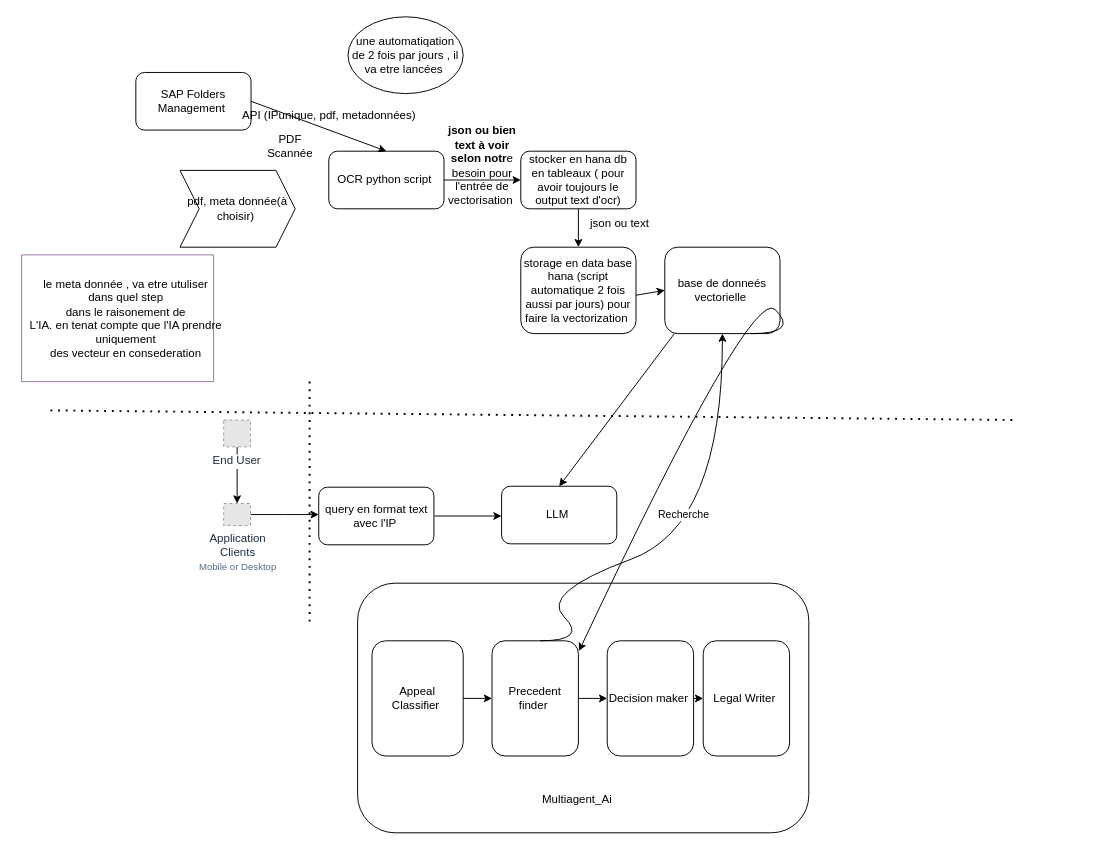
This is architectureAI_appeals.drawio from sahar389/algorithme.data_structre, a draw.io file, before an edit. Source tidied: cells renumbered, new cells numbered last; positions are measured from the earlier drawing's top-left corner, leaving out a move shared by most shapes. Both pictures are drawn from the tidied source at 96%, with x=0, y=0 at pixel (16, 16). Pictures stored in the file or linked from it are replaced by grey dashed boxes.
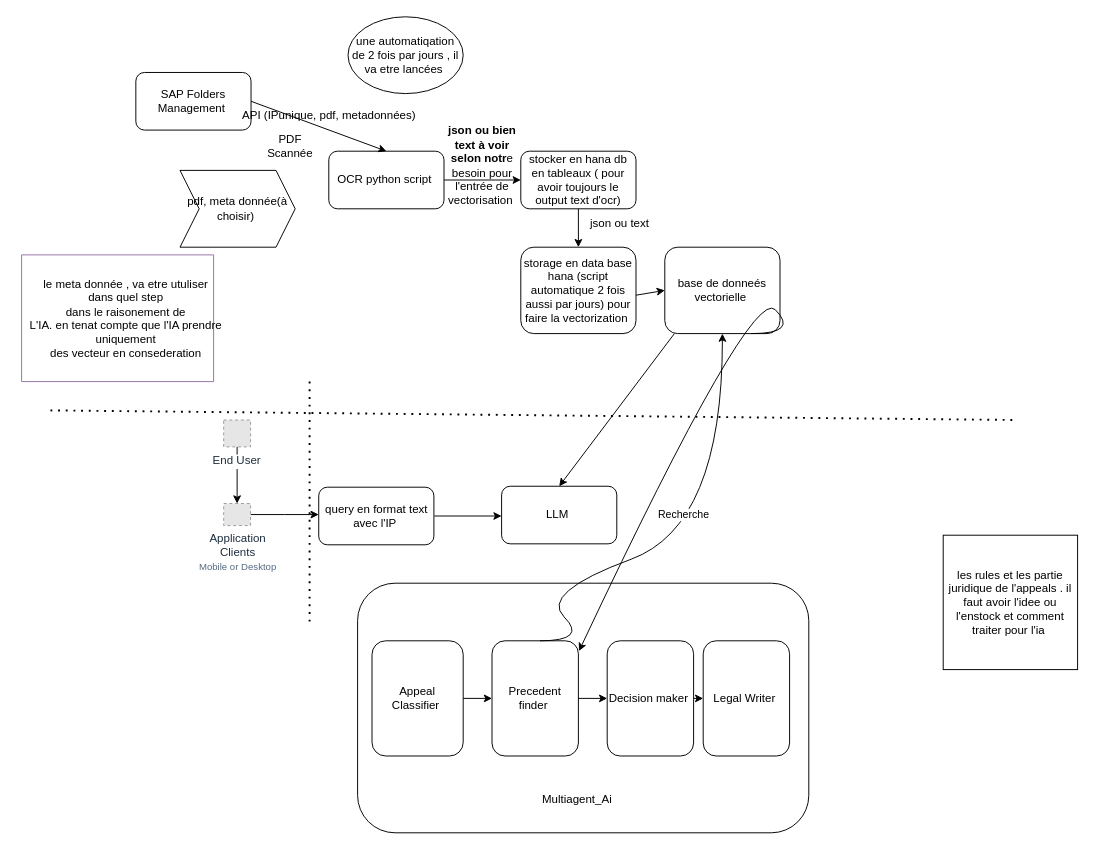
Above is the later version.

The edit, as a diff of the source:
```diff
@@
+    <mxCell id="41" value="les rules et les partie juridique de l'appeals . il faut avoir l'idee ou l'enstock et comment traiter pour l'ia&amp;nbsp;" style="whiteSpace=wrap;html=1;" parent="1" vertex="1">
+      <mxGeometry x="965" y="540" width="140" height="140" as="geometry" />
+    </mxCell>
```
